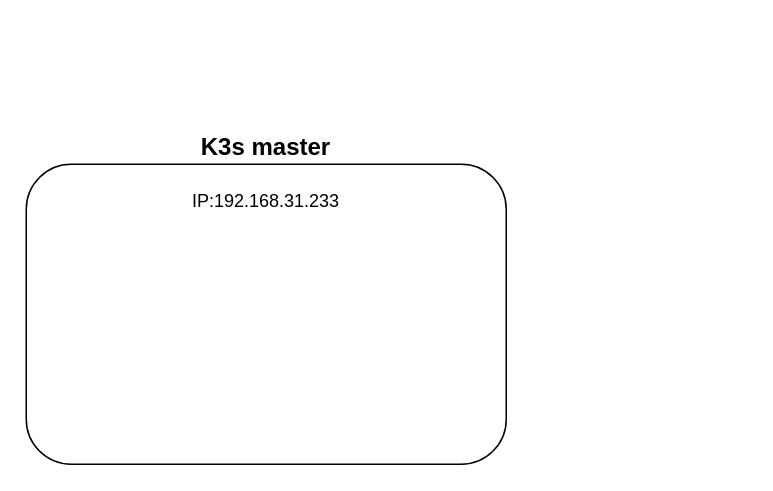
Before: page "集群架构" (2 of 2) of directory/毕设.drawio in lllwwwooo/draw.io, a draw.io diagram. Source tidied: cells renumbered, new cells numbered last; positions are measured from the earlier drawing's top-left corner, leaving out a move shared by most shapes. Both pictures are drawn from the tidied source at 150%, with x=0, y=0 at pixel (26, 164). Pictures stored in the file or linked from it are replaced by grey dashed boxes.
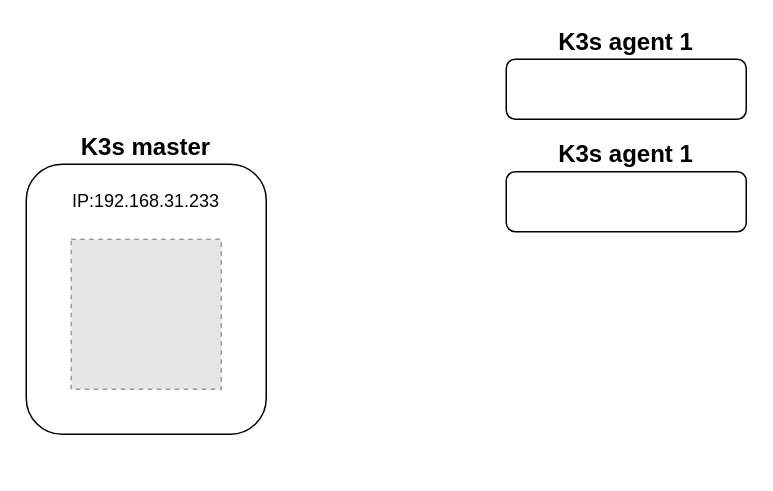
The same page after the edit.

The edit, as a diff of the source:
```diff
@@
 <mxGraphModel>
   <root>
     <mxCell id="0" />
     <mxCell id="1" parent="0" />
     <mxCell id="2" value="&lt;b&gt;&lt;font style=&quot;font-size: 16px;&quot;&gt;K3s master&lt;/font&gt;&lt;/b&gt;" style="rounded=1;whiteSpace=wrap;html=1;labelPosition=center;verticalLabelPosition=top;align=center;verticalAlign=bottom;" parent="1" vertex="1">
-      <mxGeometry width="320" height="200" as="geometry" />
+      <mxGeometry width="160" height="180" as="geometry" />
     </mxCell>
     <mxCell id="3" value="IP:192.168.31.233" style="text;html=1;align=center;verticalAlign=middle;whiteSpace=wrap;rounded=0;" parent="1" vertex="1">
-      <mxGeometry x="130" y="10" width="60" height="30" as="geometry" />
+      <mxGeometry x="50" y="10" width="60" height="30" as="geometry" />
     </mxCell>
+    <mxCell id="4" style="fillColor=#E6E6E6;strokeColor=#999999;dashed=1;verticalLabelPosition=bottom;labelBackgroundColor=default;verticalAlign=top;" parent="1" vertex="1">
+      <mxGeometry x="30" y="50" width="100" height="100" as="geometry" />
+    </mxCell>
+    <mxCell id="5" value="&lt;b&gt;&lt;font style=&quot;font-size: 16px;&quot;&gt;K3s agent 1&lt;/font&gt;&lt;/b&gt;" style="rounded=1;whiteSpace=wrap;html=1;labelPosition=center;verticalLabelPosition=top;align=center;verticalAlign=bottom;" parent="1" vertex="1">
+      <mxGeometry x="320" y="-70" width="160" height="40" as="geometry" />
+    </mxCell>
+    <mxCell id="6" value="&lt;b&gt;&lt;font style=&quot;font-size: 16px;&quot;&gt;K3s agent 1&lt;/font&gt;&lt;/b&gt;" style="rounded=1;whiteSpace=wrap;html=1;labelPosition=center;verticalLabelPosition=top;align=center;verticalAlign=bottom;" parent="1" vertex="1">
+      <mxGeometry x="320" y="5" width="160" height="40" as="geometry" />
+    </mxCell>
   </root>
 </mxGraphModel>
```
